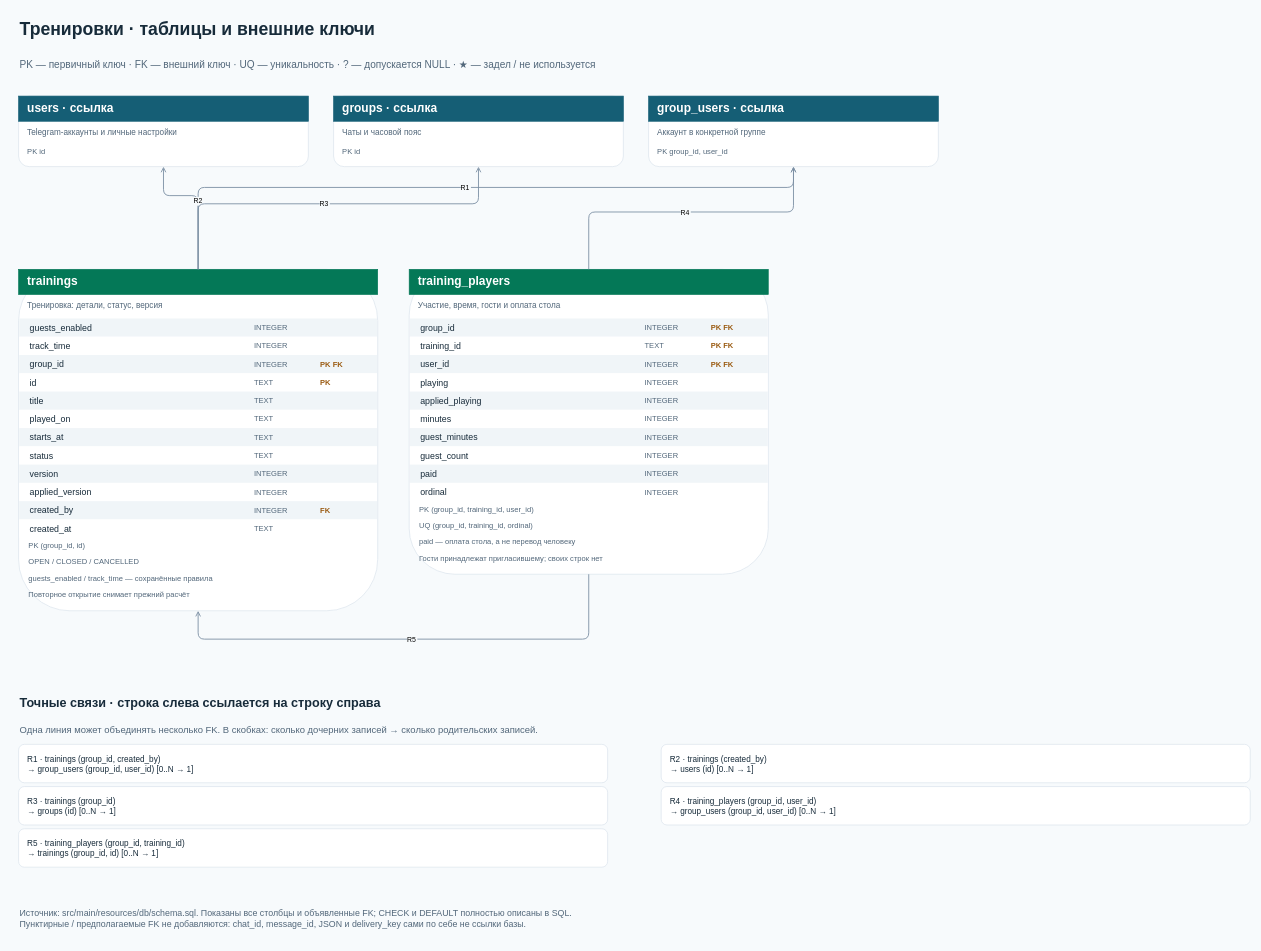
This is page "03 · Тренировки" (3 of 6) of docs/diagrams/DATABASE_ERD.drawio from Romamor/tennis-split-bot, a draw.io file, before an edit. Source tidied: cells renumbered, new cells numbered last; positions are measured from the earlier drawing's top-left corner, leaving out a move shared by most shapes. Both pictures are drawn from the tidied source at 63%, with x=0, y=0 at pixel (11, 11).
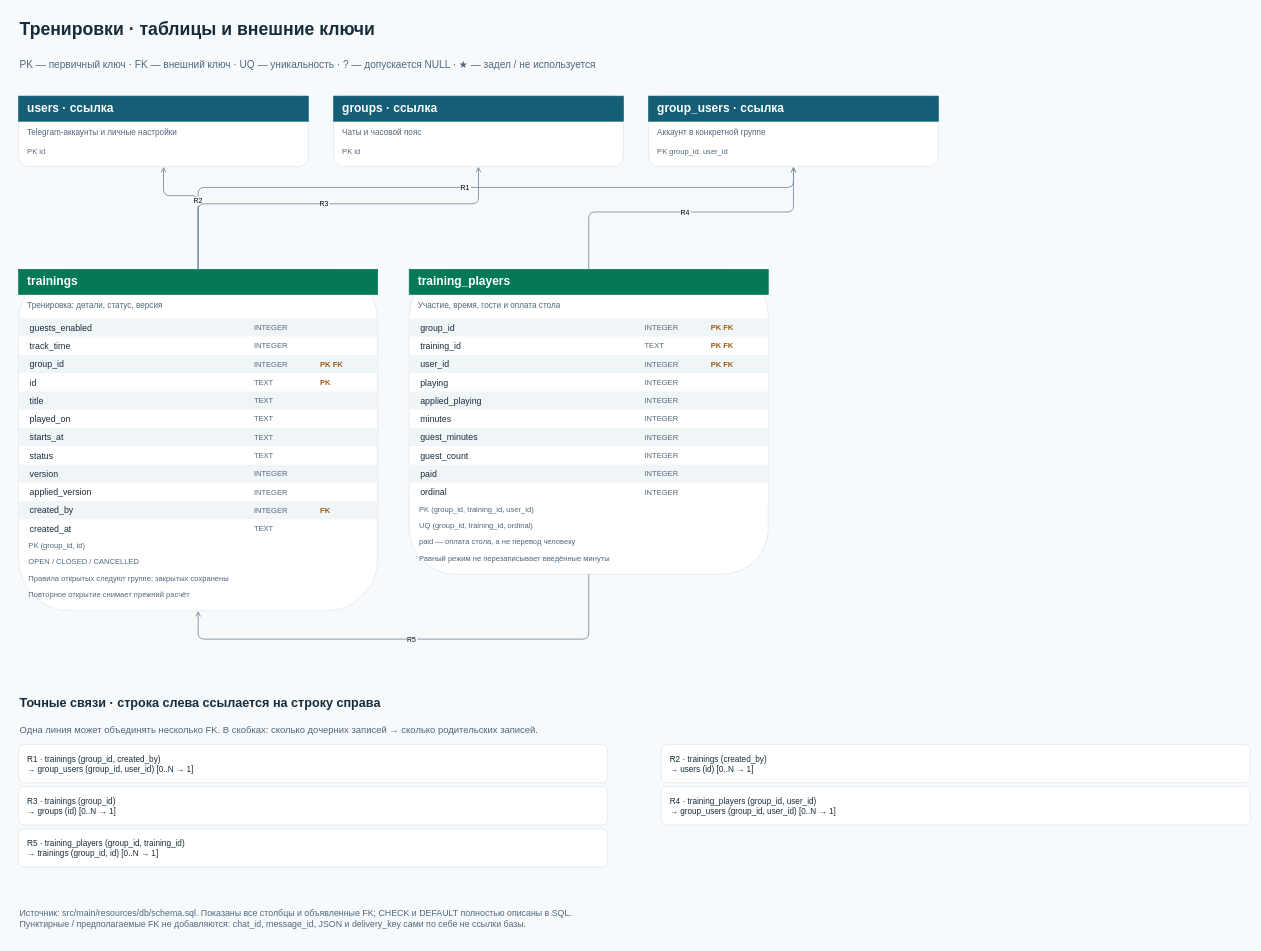
The same page after the edit.

The change refers to these unchanged cells:
```xml
<mxCell id="16" style="rounded=1;whiteSpace=wrap;html=0;fillColor=#ffffff;strokeColor=#d7e1ea;fontColor=#172b3a;fontSize=14;fontFamily=Arial;align=left;verticalAlign=middle;spacingLeft=12;spacingRight=10;" parent="1" vertex="1">
  <mxGeometry x="12" y="410" width="570" height="542" as="geometry" />
</mxCell>
<mxCell id="71" style="rounded=1;whiteSpace=wrap;html=0;fillColor=#ffffff;strokeColor=#d7e1ea;fontColor=#172b3a;fontSize=14;fontFamily=Arial;align=left;verticalAlign=middle;spacingLeft=12;spacingRight=10;" parent="1" vertex="1">
  <mxGeometry x="632" y="410" width="570" height="484" as="geometry" />
</mxCell>
```

Diff of the diagram source:
```diff
@@
-    <mxCell id="69" value="guests_enabled / track_time — сохранённые правила" style="rounded=0;whiteSpace=wrap;html=0;fillColor=none;strokeColor=none;fontColor=#52677a;fontSize=12;fontFamily=Arial;align=left;verticalAlign=middle;spacingLeft=12;spacingRight=10;" parent="16" vertex="1">
+    <mxCell id="69" value="Правила открытых следуют группе; закрытых сохранены" style="rounded=0;whiteSpace=wrap;html=0;fillColor=none;strokeColor=none;fontColor=#52677a;fontSize=12;fontFamily=Arial;align=left;verticalAlign=middle;spacingLeft=12;spacingRight=10;" parent="16" vertex="1">
       <mxGeometry x="2" y="478" width="566" height="26" as="geometry" />
     </mxCell>
@@
-    <mxCell id="117" value="Гости принадлежат пригласившему; своих строк нет" style="rounded=0;whiteSpace=wrap;html=0;fillColor=none;strokeColor=none;fontColor=#52677a;fontSize=12;fontFamily=Arial;align=left;verticalAlign=middle;spacingLeft=12;spacingRight=10;" parent="71" vertex="1">
+    <mxCell id="117" value="Равный режим не перезаписывает введённые минуты" style="rounded=0;whiteSpace=wrap;html=0;fillColor=none;strokeColor=none;fontColor=#52677a;fontSize=12;fontFamily=Arial;align=left;verticalAlign=middle;spacingLeft=12;spacingRight=10;" parent="71" vertex="1">
       <mxGeometry x="2" y="446" width="566" height="26" as="geometry" />
     </mxCell>
```
